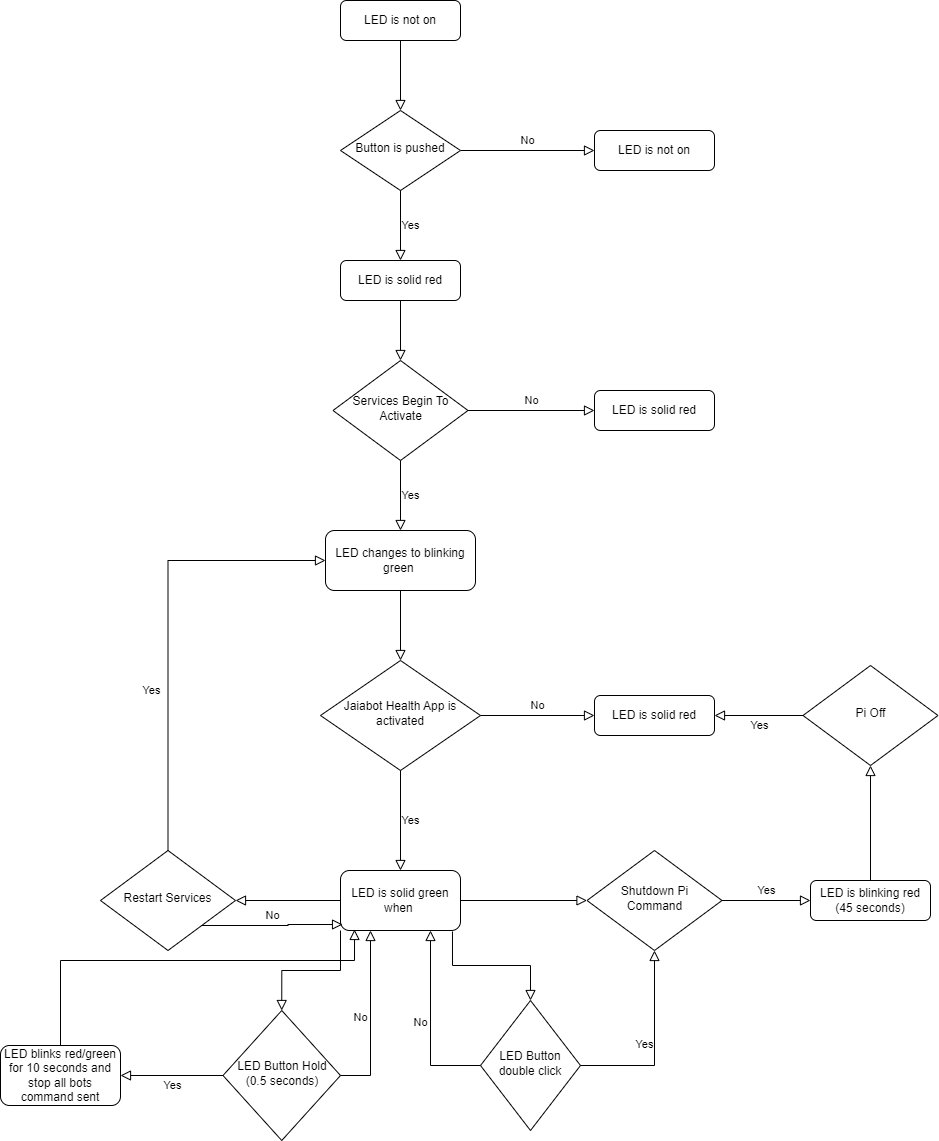
Above: src/doc/figures/Hub-LED-States.drawio.png in jaiarobotics/jaiabot (draw.io), before the change. Source tidied: cells renumbered, new cells last; positions are measured from the earlier drawing's top-left corner, leaving out a move shared by most shapes. Its diagram source:
```xml
<mxGraphModel>
  <root>
    <mxCell id="0" />
    <mxCell id="1" parent="0" />
    <mxCell id="2" style="rounded=0;html=1;jettySize=auto;fontSize=11;endArrow=block;endFill=0;endSize=8;strokeWidth=1;shadow=0;labelBackgroundColor=none;edgeStyle=orthogonalEdgeStyle;" parent="1" edge="1" source="3" target="5">
      <mxGeometry relative="1" as="geometry" />
    </mxCell>
    <mxCell id="3" value="LED is not on" style="rounded=1;whiteSpace=wrap;html=1;fontSize=12;glass=0;strokeWidth=1;shadow=0;" parent="1" vertex="1">
      <mxGeometry x="340" width="120" height="40" as="geometry" />
    </mxCell>
    <mxCell id="4" value="No" style="edgeStyle=orthogonalEdgeStyle;rounded=0;html=1;jettySize=auto;fontSize=11;endArrow=block;endFill=0;endSize=8;strokeWidth=1;shadow=0;labelBackgroundColor=none;" parent="1" edge="1" source="5" target="6">
      <mxGeometry y="10" relative="1" as="geometry" />
    </mxCell>
    <mxCell id="5" value="Button is pushed" style="rhombus;whiteSpace=wrap;html=1;shadow=0;fontFamily=Helvetica;fontSize=12;align=center;strokeWidth=1;spacing=6;spacingTop=-4;" parent="1" vertex="1">
      <mxGeometry x="340" y="110" width="120" height="80" as="geometry" />
    </mxCell>
    <mxCell id="6" value="LED is not on" style="rounded=1;whiteSpace=wrap;html=1;fontSize=12;glass=0;strokeWidth=1;shadow=0;" parent="1" vertex="1">
      <mxGeometry x="594" y="130" width="120" height="40" as="geometry" />
    </mxCell>
    <mxCell id="7" value="LED changes to blinking green&amp;nbsp;" style="rounded=1;whiteSpace=wrap;html=1;fontSize=12;glass=0;strokeWidth=1;shadow=0;" parent="1" vertex="1">
      <mxGeometry x="325" y="530" width="150" height="60" as="geometry" />
    </mxCell>
    <mxCell id="8" value="LED is solid red" style="rounded=1;whiteSpace=wrap;html=1;fontSize=12;glass=0;strokeWidth=1;shadow=0;" parent="1" vertex="1">
      <mxGeometry x="340" y="260" width="120" height="40" as="geometry" />
    </mxCell>
    <mxCell id="9" value="LED is solid green when&amp;nbsp;" style="rounded=1;whiteSpace=wrap;html=1;" parent="1" vertex="1">
      <mxGeometry x="340" y="870" width="120" height="60" as="geometry" />
    </mxCell>
    <mxCell id="10" value="Yes" style="edgeStyle=orthogonalEdgeStyle;rounded=0;html=1;jettySize=auto;fontSize=11;endArrow=block;endFill=0;endSize=8;strokeWidth=1;shadow=0;labelBackgroundColor=none;exitX=0.5;exitY=1;exitDx=0;exitDy=0;entryX=0.5;entryY=0;entryDx=0;entryDy=0;" parent="1" edge="1" source="5" target="8">
      <mxGeometry y="10" relative="1" as="geometry" />
    </mxCell>
    <mxCell id="11" value="Services Begin To Activate" style="rhombus;whiteSpace=wrap;html=1;shadow=0;fontFamily=Helvetica;fontSize=12;align=center;strokeWidth=1;spacing=6;spacingTop=-4;" parent="1" vertex="1">
      <mxGeometry x="332.5" y="360" width="135" height="100" as="geometry" />
    </mxCell>
    <mxCell id="12" style="rounded=0;html=1;jettySize=auto;fontSize=11;endArrow=block;endFill=0;endSize=8;strokeWidth=1;shadow=0;labelBackgroundColor=none;edgeStyle=orthogonalEdgeStyle;exitX=0.5;exitY=1;exitDx=0;exitDy=0;entryX=0.5;entryY=0;entryDx=0;entryDy=0;" parent="1" edge="1" source="8" target="11">
      <mxGeometry relative="1" as="geometry" />
    </mxCell>
    <mxCell id="13" value="LED is solid red" style="rounded=1;whiteSpace=wrap;html=1;fontSize=12;glass=0;strokeWidth=1;shadow=0;" parent="1" vertex="1">
      <mxGeometry x="594" y="390" width="120" height="40" as="geometry" />
    </mxCell>
    <mxCell id="14" value="No" style="edgeStyle=orthogonalEdgeStyle;rounded=0;html=1;jettySize=auto;fontSize=11;endArrow=block;endFill=0;endSize=8;strokeWidth=1;shadow=0;labelBackgroundColor=none;exitX=1;exitY=0.5;exitDx=0;exitDy=0;entryX=0;entryY=0.5;entryDx=0;entryDy=0;" parent="1" edge="1" source="11" target="13">
      <mxGeometry y="10" relative="1" as="geometry" />
    </mxCell>
    <mxCell id="15" value="Yes" style="edgeStyle=orthogonalEdgeStyle;rounded=0;html=1;jettySize=auto;fontSize=11;endArrow=block;endFill=0;endSize=8;strokeWidth=1;shadow=0;labelBackgroundColor=none;exitX=0.5;exitY=1;exitDx=0;exitDy=0;entryX=0.5;entryY=0;entryDx=0;entryDy=0;" parent="1" edge="1" source="11" target="7">
      <mxGeometry y="10" relative="1" as="geometry" />
    </mxCell>
    <mxCell id="16" value="Jaiabot Health App is activated" style="rhombus;whiteSpace=wrap;html=1;shadow=0;fontFamily=Helvetica;fontSize=12;align=center;strokeWidth=1;spacing=6;spacingTop=-4;" parent="1" vertex="1">
      <mxGeometry x="320" y="660" width="160" height="110" as="geometry" />
    </mxCell>
    <mxCell id="17" style="rounded=0;html=1;jettySize=auto;fontSize=11;endArrow=block;endFill=0;endSize=8;strokeWidth=1;shadow=0;labelBackgroundColor=none;edgeStyle=orthogonalEdgeStyle;exitX=0.5;exitY=1;exitDx=0;exitDy=0;entryX=0.5;entryY=0;entryDx=0;entryDy=0;" parent="1" edge="1" source="7" target="16">
      <mxGeometry relative="1" as="geometry" />
    </mxCell>
    <mxCell id="18" value="LED is solid red" style="rounded=1;whiteSpace=wrap;html=1;fontSize=12;glass=0;strokeWidth=1;shadow=0;" parent="1" vertex="1">
      <mxGeometry x="594" y="695" width="120" height="40" as="geometry" />
    </mxCell>
    <mxCell id="19" value="No" style="edgeStyle=orthogonalEdgeStyle;rounded=0;html=1;jettySize=auto;fontSize=11;endArrow=block;endFill=0;endSize=8;strokeWidth=1;shadow=0;labelBackgroundColor=none;exitX=1;exitY=0.5;exitDx=0;exitDy=0;entryX=0;entryY=0.5;entryDx=0;entryDy=0;" parent="1" edge="1" source="16" target="18">
      <mxGeometry y="10" relative="1" as="geometry" />
    </mxCell>
    <mxCell id="20" value="Yes" style="edgeStyle=orthogonalEdgeStyle;rounded=0;html=1;jettySize=auto;fontSize=11;endArrow=block;endFill=0;endSize=8;strokeWidth=1;shadow=0;labelBackgroundColor=none;exitX=0.5;exitY=1;exitDx=0;exitDy=0;entryX=0.5;entryY=0;entryDx=0;entryDy=0;" parent="1" edge="1" source="16" target="9">
      <mxGeometry y="10" relative="1" as="geometry" />
    </mxCell>
    <mxCell id="21" value="Restart Services" style="rhombus;whiteSpace=wrap;html=1;shadow=0;fontFamily=Helvetica;fontSize=12;align=center;strokeWidth=1;spacing=6;spacingTop=-4;" parent="1" vertex="1">
      <mxGeometry x="100" y="850" width="135" height="100" as="geometry" />
    </mxCell>
    <mxCell id="22" style="rounded=0;html=1;jettySize=auto;fontSize=11;endArrow=block;endFill=0;endSize=8;strokeWidth=1;shadow=0;labelBackgroundColor=none;edgeStyle=orthogonalEdgeStyle;exitX=0;exitY=0.5;exitDx=0;exitDy=0;entryX=1;entryY=0.5;entryDx=0;entryDy=0;" parent="1" edge="1" source="9" target="21">
      <mxGeometry relative="1" as="geometry" />
    </mxCell>
    <mxCell id="23" value="Yes" style="edgeStyle=orthogonalEdgeStyle;rounded=0;html=1;jettySize=auto;fontSize=11;endArrow=block;endFill=0;endSize=8;strokeWidth=1;shadow=0;labelBackgroundColor=none;exitX=0.5;exitY=0;exitDx=0;exitDy=0;entryX=0;entryY=0.5;entryDx=0;entryDy=0;" parent="1" edge="1" source="21" target="7">
      <mxGeometry x="-0.28" y="18" relative="1" as="geometry">
        <mxPoint x="1" as="offset" />
      </mxGeometry>
    </mxCell>
    <mxCell id="24" value="No" style="edgeStyle=orthogonalEdgeStyle;rounded=0;html=1;jettySize=auto;fontSize=11;endArrow=block;endFill=0;endSize=8;strokeWidth=1;shadow=0;labelBackgroundColor=none;exitX=1;exitY=1;exitDx=0;exitDy=0;entryX=0.017;entryY=0.9;entryDx=0;entryDy=0;entryPerimeter=0;" parent="1" edge="1" source="21" target="9">
      <mxGeometry y="10" relative="1" as="geometry" />
    </mxCell>
    <mxCell id="25" value="Shutdown Pi Command" style="rhombus;whiteSpace=wrap;html=1;shadow=0;fontFamily=Helvetica;fontSize=12;align=center;strokeWidth=1;spacing=6;spacingTop=-4;" parent="1" vertex="1">
      <mxGeometry x="586.5" y="850" width="135" height="100" as="geometry" />
    </mxCell>
    <mxCell id="26" style="rounded=0;html=1;jettySize=auto;fontSize=11;endArrow=block;endFill=0;endSize=8;strokeWidth=1;shadow=0;labelBackgroundColor=none;edgeStyle=orthogonalEdgeStyle;exitX=1;exitY=0.5;exitDx=0;exitDy=0;entryX=0;entryY=0.5;entryDx=0;entryDy=0;" parent="1" edge="1" source="9" target="25">
      <mxGeometry relative="1" as="geometry" />
    </mxCell>
    <mxCell id="27" value="LED is blinking red (45 seconds)" style="rounded=1;whiteSpace=wrap;html=1;fontSize=12;glass=0;strokeWidth=1;shadow=0;" parent="1" vertex="1">
      <mxGeometry x="810" y="880" width="120" height="40" as="geometry" />
    </mxCell>
    <mxCell id="28" value="Yes" style="edgeStyle=orthogonalEdgeStyle;rounded=0;html=1;jettySize=auto;fontSize=11;endArrow=block;endFill=0;endSize=8;strokeWidth=1;shadow=0;labelBackgroundColor=none;exitX=1;exitY=0.5;exitDx=0;exitDy=0;entryX=0;entryY=0.5;entryDx=0;entryDy=0;" parent="1" edge="1" source="25" target="27">
      <mxGeometry y="10" relative="1" as="geometry" />
    </mxCell>
    <mxCell id="29" value="Pi Off" style="rhombus;whiteSpace=wrap;html=1;shadow=0;fontFamily=Helvetica;fontSize=12;align=center;strokeWidth=1;spacing=6;spacingTop=-4;" parent="1" vertex="1">
      <mxGeometry x="802.5" y="665" width="135" height="100" as="geometry" />
    </mxCell>
    <mxCell id="30" value="Yes" style="edgeStyle=orthogonalEdgeStyle;rounded=0;html=1;jettySize=auto;fontSize=11;endArrow=block;endFill=0;endSize=8;strokeWidth=1;shadow=0;labelBackgroundColor=none;exitX=0;exitY=0.5;exitDx=0;exitDy=0;entryX=1;entryY=0.5;entryDx=0;entryDy=0;" parent="1" edge="1" source="29" target="18">
      <mxGeometry y="10" relative="1" as="geometry" />
    </mxCell>
    <mxCell id="31" style="rounded=0;html=1;jettySize=auto;fontSize=11;endArrow=block;endFill=0;endSize=8;strokeWidth=1;shadow=0;labelBackgroundColor=none;edgeStyle=orthogonalEdgeStyle;exitX=0.5;exitY=0;exitDx=0;exitDy=0;entryX=0.5;entryY=1;entryDx=0;entryDy=0;" parent="1" edge="1" source="27" target="29">
      <mxGeometry relative="1" as="geometry" />
    </mxCell>
    <mxCell id="32" value="LED Button Hold (0.5 seconds)" style="rhombus;whiteSpace=wrap;html=1;shadow=0;fontFamily=Helvetica;fontSize=12;align=center;strokeWidth=1;spacing=6;spacingTop=-4;" parent="1" vertex="1">
      <mxGeometry x="222.5" y="1010" width="117.5" height="130" as="geometry" />
    </mxCell>
    <mxCell id="33" style="rounded=0;html=1;jettySize=auto;fontSize=11;endArrow=block;endFill=0;endSize=8;strokeWidth=1;shadow=0;labelBackgroundColor=none;edgeStyle=orthogonalEdgeStyle;exitX=0;exitY=1;exitDx=0;exitDy=0;entryX=0.5;entryY=0;entryDx=0;entryDy=0;" parent="1" edge="1" source="9" target="32">
      <mxGeometry relative="1" as="geometry" />
    </mxCell>
    <mxCell id="34" value="LED Button double click" style="rhombus;whiteSpace=wrap;html=1;shadow=0;fontFamily=Helvetica;fontSize=12;align=center;strokeWidth=1;spacing=6;spacingTop=-4;" parent="1" vertex="1">
      <mxGeometry x="480" y="1000" width="100" height="130" as="geometry" />
    </mxCell>
    <mxCell id="35" style="rounded=0;html=1;jettySize=auto;fontSize=11;endArrow=block;endFill=0;endSize=8;strokeWidth=1;shadow=0;labelBackgroundColor=none;edgeStyle=orthogonalEdgeStyle;exitX=0.933;exitY=1.017;exitDx=0;exitDy=0;exitPerimeter=0;" parent="1" edge="1" source="9" target="34">
      <mxGeometry relative="1" as="geometry" />
    </mxCell>
    <mxCell id="36" value="Yes" style="edgeStyle=orthogonalEdgeStyle;rounded=0;html=1;jettySize=auto;fontSize=11;endArrow=block;endFill=0;endSize=8;strokeWidth=1;shadow=0;labelBackgroundColor=none;exitX=1;exitY=0.5;exitDx=0;exitDy=0;entryX=0.5;entryY=1;entryDx=0;entryDy=0;" parent="1" edge="1" source="34" target="25">
      <mxGeometry y="10" relative="1" as="geometry" />
    </mxCell>
    <mxCell id="37" value="No" style="edgeStyle=orthogonalEdgeStyle;rounded=0;html=1;jettySize=auto;fontSize=11;endArrow=block;endFill=0;endSize=8;strokeWidth=1;shadow=0;labelBackgroundColor=none;exitX=0;exitY=0.5;exitDx=0;exitDy=0;entryX=0.75;entryY=1;entryDx=0;entryDy=0;" parent="1" edge="1" source="34" target="9">
      <mxGeometry y="10" relative="1" as="geometry" />
    </mxCell>
    <mxCell id="38" value="No" style="edgeStyle=orthogonalEdgeStyle;rounded=0;html=1;jettySize=auto;fontSize=11;endArrow=block;endFill=0;endSize=8;strokeWidth=1;shadow=0;labelBackgroundColor=none;exitX=1;exitY=0.5;exitDx=0;exitDy=0;entryX=0.25;entryY=1;entryDx=0;entryDy=0;" parent="1" edge="1" source="32" target="9">
      <mxGeometry y="10" relative="1" as="geometry" />
    </mxCell>
    <mxCell id="39" value="LED blinks red/green for 10 seconds and stop all bots command sent" style="rounded=1;whiteSpace=wrap;html=1;" parent="1" vertex="1">
      <mxGeometry y="1045" width="120" height="60" as="geometry" />
    </mxCell>
    <mxCell id="40" value="Yes" style="edgeStyle=orthogonalEdgeStyle;rounded=0;html=1;jettySize=auto;fontSize=11;endArrow=block;endFill=0;endSize=8;strokeWidth=1;shadow=0;labelBackgroundColor=none;exitX=0;exitY=0.5;exitDx=0;exitDy=0;entryX=1;entryY=0.5;entryDx=0;entryDy=0;" parent="1" edge="1" source="32" target="39">
      <mxGeometry y="10" relative="1" as="geometry" />
    </mxCell>
    <mxCell id="41" style="rounded=0;html=1;jettySize=auto;fontSize=11;endArrow=block;endFill=0;endSize=8;strokeWidth=1;shadow=0;labelBackgroundColor=none;edgeStyle=orthogonalEdgeStyle;exitX=0.5;exitY=0;exitDx=0;exitDy=0;entryX=0.117;entryY=0.983;entryDx=0;entryDy=0;entryPerimeter=0;" parent="1" edge="1" source="39" target="9">
      <mxGeometry relative="1" as="geometry">
        <Array as="points">
          <mxPoint x="60" y="960" />
          <mxPoint x="354" y="960" />
        </Array>
      </mxGeometry>
    </mxCell>
  </root>
</mxGraphModel>
```
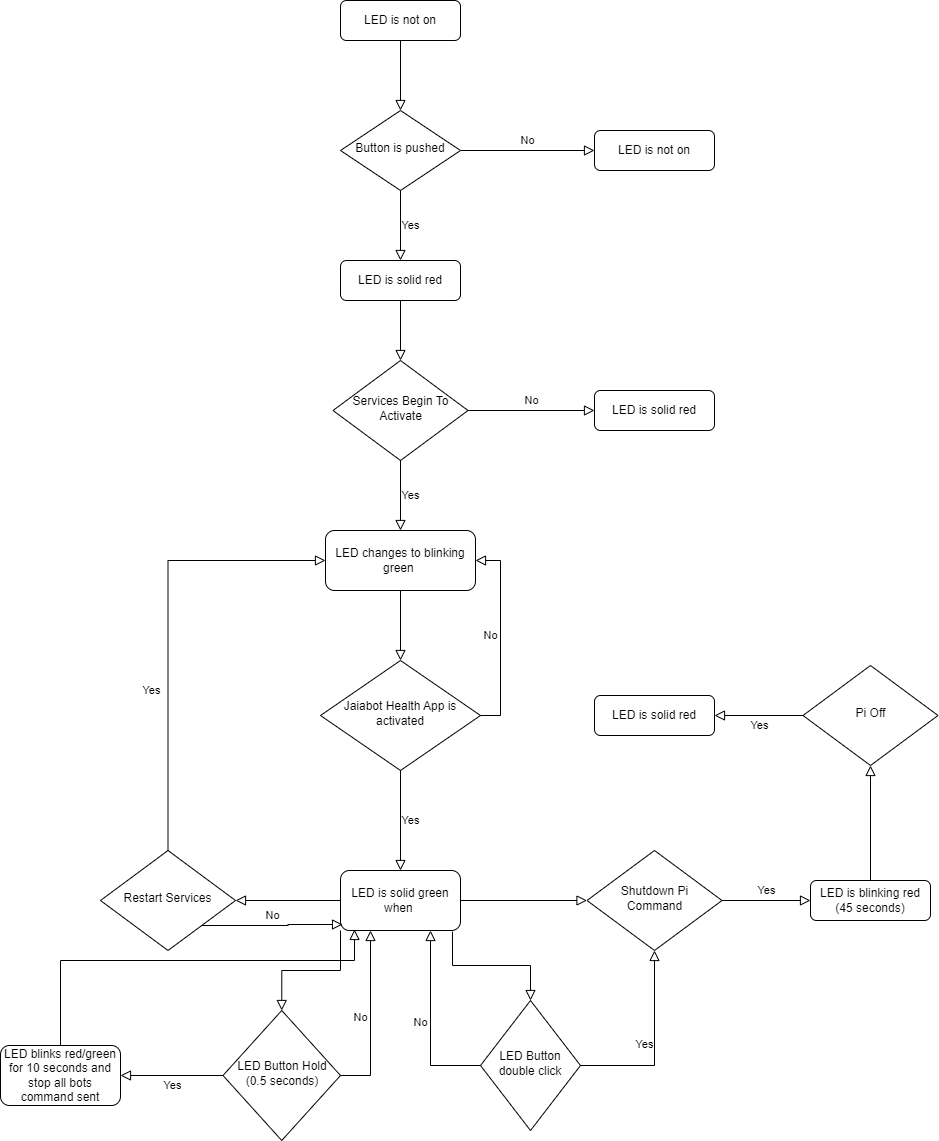
After the change.

Commit message:
Updated hub led state diagram

The edit, as a diff of the source:
```diff
@@ -53,7 +53,7 @@
     <mxCell id="18" value="LED is solid red" style="rounded=1;whiteSpace=wrap;html=1;fontSize=12;glass=0;strokeWidth=1;shadow=0;" parent="1" vertex="1">
       <mxGeometry x="594" y="695" width="120" height="40" as="geometry" />
     </mxCell>
-    <mxCell id="19" value="No" style="edgeStyle=orthogonalEdgeStyle;rounded=0;html=1;jettySize=auto;fontSize=11;endArrow=block;endFill=0;endSize=8;strokeWidth=1;shadow=0;labelBackgroundColor=none;exitX=1;exitY=0.5;exitDx=0;exitDy=0;entryX=0;entryY=0.5;entryDx=0;entryDy=0;" parent="1" edge="1" source="16" target="18">
+    <mxCell id="19" value="No" style="edgeStyle=orthogonalEdgeStyle;rounded=0;html=1;jettySize=auto;fontSize=11;endArrow=block;endFill=0;endSize=8;strokeWidth=1;shadow=0;labelBackgroundColor=none;exitX=1;exitY=0.5;exitDx=0;exitDy=0;entryX=1;entryY=0.5;entryDx=0;entryDy=0;" parent="1" edge="1" source="16" target="7">
       <mxGeometry y="10" relative="1" as="geometry" />
     </mxCell>
     <mxCell id="20" value="Yes" style="edgeStyle=orthogonalEdgeStyle;rounded=0;html=1;jettySize=auto;fontSize=11;endArrow=block;endFill=0;endSize=8;strokeWidth=1;shadow=0;labelBackgroundColor=none;exitX=0.5;exitY=1;exitDx=0;exitDy=0;entryX=0.5;entryY=0;entryDx=0;entryDy=0;" parent="1" edge="1" source="16" target="9">
```
